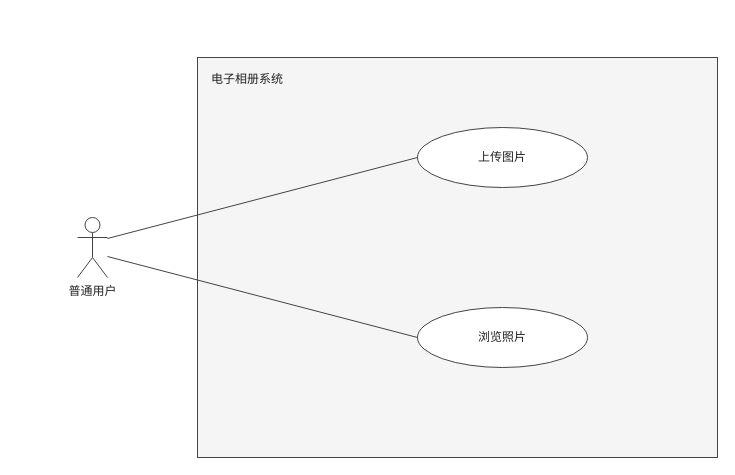
The draw.io diagram docs/交付/3-照片管理-王柯涵/images/照片管理模块用例图.drawio in chennuo1101/electronic-photo-album-system1, before the edit. Source tidied: cells renumbered, new cells numbered last; positions are measured from the earlier drawing's top-left corner, leaving out a move shared by most shapes. Both pictures are drawn from the tidied source at 100%, with x=0, y=0 at pixel (77, 57).
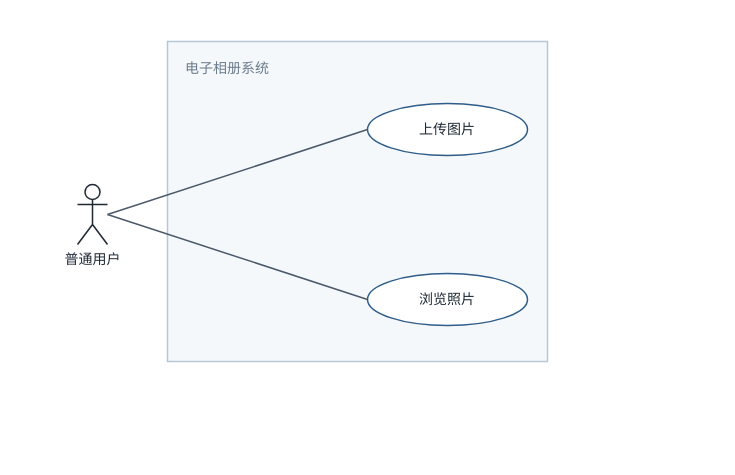
The same page after the edit.

What changed in the source:
```diff
@@
 <mxGraphModel>
   <root>
     <mxCell id="0" />
     <mxCell id="1" parent="0" />
+    <mxCell id="8" style="rounded=0;whiteSpace=wrap;html=1;fillColor=#FFFFFF;strokeColor=none;" parent="1" vertex="1">
+      <mxGeometry x="-60" y="-40" width="554" height="368" as="geometry" />
+    </mxCell>
-    <mxCell id="2" value="电子相册系统" style="rounded=0;whiteSpace=wrap;html=1;fillColor=#F5F5F5;strokeColor=#444444;verticalAlign=top;align=left;spacingLeft=12;spacingTop=8;fontFamily=Microsoft YaHei;fontSize=12;fontColor=#222222;" parent="1" vertex="1">
-      <mxGeometry x="120" width="520" height="400" as="geometry" />
+    <mxCell id="2" value="电子相册系统" style="rounded=0;whiteSpace=wrap;html=1;fillColor=#F5F8FB;strokeColor=#B7C7D6;strokeWidth=1.5;align=left;verticalAlign=top;spacingLeft=16;spacingTop=12;fontFamily=Microsoft YaHei;fontSize=14;fontColor=#6B7C8C;" parent="1" vertex="1">
+      <mxGeometry x="90" y="-16" width="380" height="320" as="geometry" />
     </mxCell>
-    <mxCell id="3" value="普通用户" style="shape=umlActor;verticalLabelPosition=bottom;verticalAlign=top;html=1;fillColor=#FFFFFF;strokeColor=#444444;fontFamily=Microsoft YaHei;fontSize=12;fontColor=#222222;" parent="1" vertex="1">
-      <mxGeometry y="160" width="30" height="60" as="geometry" />
-    </mxCell>
-    <mxCell id="4" value="上传图片" style="ellipse;whiteSpace=wrap;html=1;fillColor=#FFFFFF;strokeColor=#444444;fontFamily=Microsoft YaHei;fontSize=12;fontColor=#222222;" parent="1" vertex="1">
-      <mxGeometry x="340" y="70" width="170" height="60" as="geometry" />
+    <mxCell id="4" value="上传图片" style="ellipse;whiteSpace=wrap;html=1;fillColor=#FFFFFF;strokeColor=#2F5D8A;strokeWidth=1.5;fontFamily=Microsoft YaHei;fontSize=14;fontColor=#1F2A35;" parent="1" vertex="1">
+      <mxGeometry x="290" y="46" width="160" height="52" as="geometry" />
     </mxCell>
-    <mxCell id="5" value="浏览照片" style="ellipse;whiteSpace=wrap;html=1;fillColor=#FFFFFF;strokeColor=#444444;fontFamily=Microsoft YaHei;fontSize=12;fontColor=#222222;" parent="1" vertex="1">
-      <mxGeometry x="340" y="250" width="170" height="60" as="geometry" />
+    <mxCell id="5" value="浏览照片" style="ellipse;whiteSpace=wrap;html=1;fillColor=#FFFFFF;strokeColor=#2F5D8A;strokeWidth=1.5;fontFamily=Microsoft YaHei;fontSize=14;fontColor=#1F2A35;" parent="1" vertex="1">
+      <mxGeometry x="290" y="216" width="160" height="52" as="geometry" />
     </mxCell>
-    <mxCell id="6" style="html=1;strokeColor=#444444;strokeWidth=1;fontFamily=Microsoft YaHei;fontSize=11;fontColor=#444444;labelBackgroundColor=#FFFFFF;startArrow=none;endArrow=none;exitX=1;exitY=0.35;entryX=0;entryY=0.5;" parent="1" edge="1" source="3" target="4">
-      <mxGeometry relative="1" as="geometry" />
-    </mxCell>
-    <mxCell id="7" style="html=1;strokeColor=#444444;strokeWidth=1;fontFamily=Microsoft YaHei;fontSize=11;fontColor=#444444;labelBackgroundColor=#FFFFFF;startArrow=none;endArrow=none;exitX=1;exitY=0.65;entryX=0;entryY=0.5;" parent="1" edge="1" source="3" target="5">
-      <mxGeometry relative="1" as="geometry" />
-    </mxCell>
+    <mxCell id="3" value="普通用户" style="shape=umlActor;verticalLabelPosition=bottom;verticalAlign=top;html=1;fillColor=#FFFFFF;strokeColor=#1F2A35;strokeWidth=1.5;fontFamily=Microsoft YaHei;fontSize=14;fontColor=#1F2A35;" parent="1" vertex="1">
+      <mxGeometry y="127" width="30" height="60" as="geometry" />
+    </mxCell>
+    <mxCell id="9" style="html=1;rounded=0;strokeColor=#4A5A6A;strokeWidth=1.5;startArrow=none;endArrow=none;" parent="1" edge="1">
+      <mxGeometry relative="1" as="geometry">
+        <mxPoint x="30" y="157" as="sourcePoint" />
+        <mxPoint x="290" y="72" as="targetPoint" />
+      </mxGeometry>
+    </mxCell>
+    <mxCell id="10" style="html=1;rounded=0;strokeColor=#4A5A6A;strokeWidth=1.5;startArrow=none;endArrow=none;" parent="1" edge="1">
+      <mxGeometry relative="1" as="geometry">
+        <mxPoint x="30" y="157" as="sourcePoint" />
+        <mxPoint x="290" y="242" as="targetPoint" />
+      </mxGeometry>
+    </mxCell>
   </root>
 </mxGraphModel>
```
